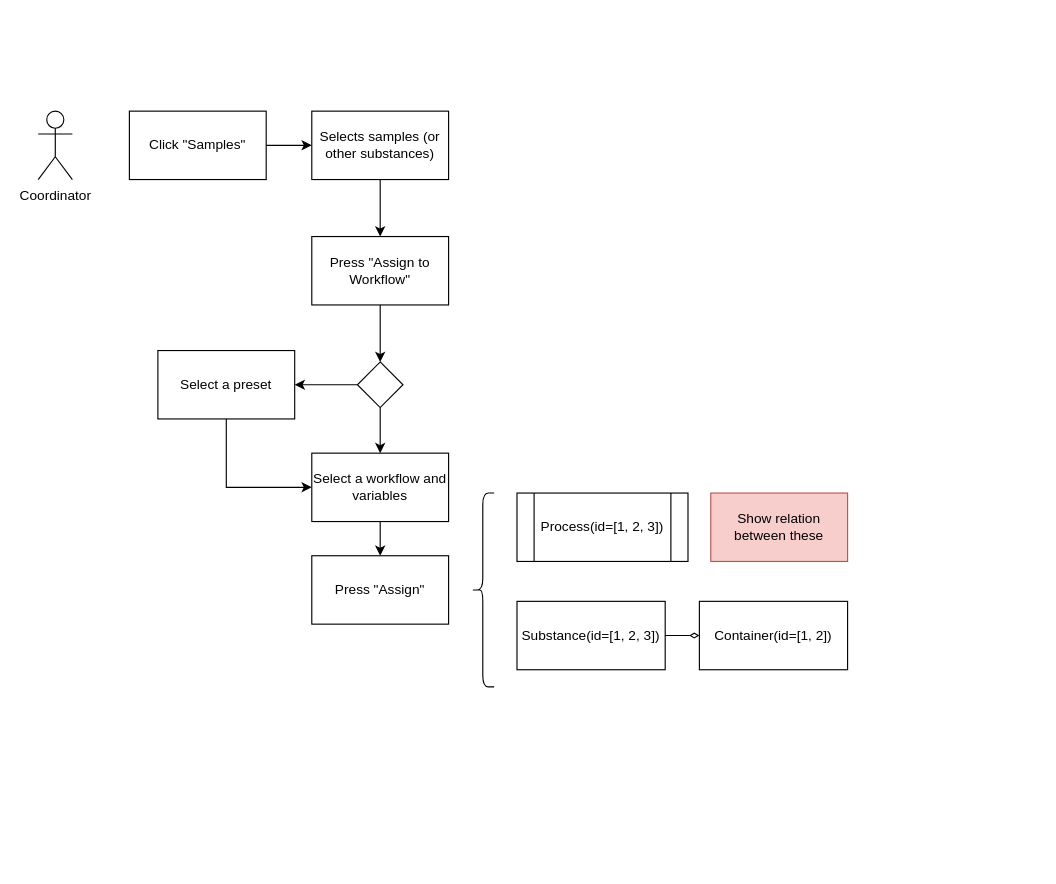
Earlier version of the draw.io diagram page "2.4: User can assign to workflow" (4 of 17) of diagrams/2_webui.drawio (commonlims/commonlims-design). Source tidied: cells renumbered, new cells numbered last; positions are measured from the earlier drawing's top-left corner, leaving out a move shared by most shapes. Both pictures are drawn from the tidied source at 114%, with x=0, y=0 at pixel (38, 111).
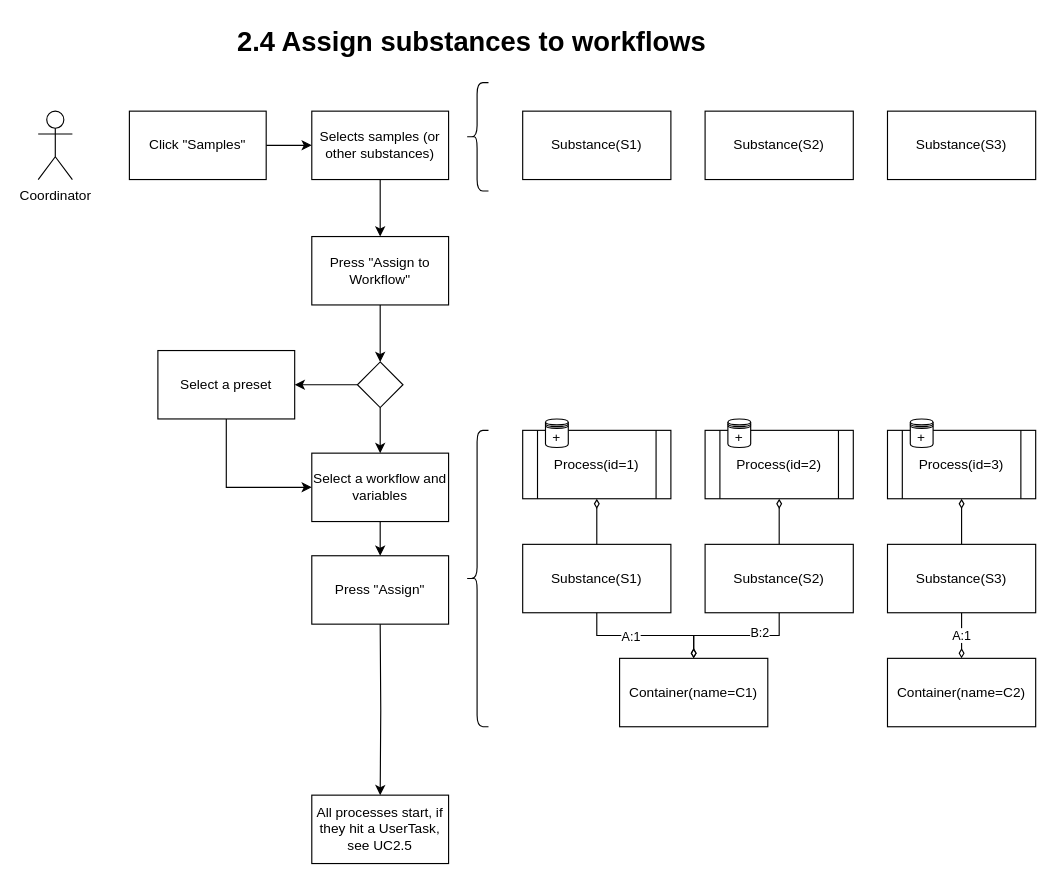
The same diagram, later.

The edit, as a diff of the source:
```diff
@@
     <mxCell id="17" style="shape=curlyBracket;whiteSpace=wrap;html=1;rounded=1;" parent="1" vertex="1">
-      <mxGeometry x="380" y="335" width="20" height="170" as="geometry" />
+      <mxGeometry x="375" y="280" width="20" height="260" as="geometry" />
     </mxCell>
-    <mxCell id="18" value="Substance(id=[1, 2, 3])" style="rounded=0;whiteSpace=wrap;html=1;fontSize=12;" parent="1" vertex="1">
-      <mxGeometry x="420" y="430" width="130" height="60" as="geometry" />
-    </mxCell>
-    <mxCell id="19" style="edgeStyle=orthogonalEdgeStyle;rounded=0;jettySize=auto;html=1;startArrow=diamondThin;startFill=0;endArrow=none;endFill=0;fontSize=12;" parent="1" edge="1" source="20" target="18">
-      <mxGeometry relative="1" as="geometry" />
-    </mxCell>
-    <mxCell id="20" value="Container(id=[1, 2])" style="rounded=0;whiteSpace=wrap;html=1;fontSize=12;" parent="1" vertex="1">
-      <mxGeometry x="580" y="430" width="130" height="60" as="geometry" />
-    </mxCell>
+    <mxCell id="23" style="edgeStyle=orthogonalEdgeStyle;rounded=0;jettySize=auto;html=1;startArrow=diamondThin;startFill=0;endArrow=none;endFill=0;" parent="1" edge="1" source="21" target="28">
+      <mxGeometry relative="1" as="geometry" />
+    </mxCell>
-    <mxCell id="21" value="Process(id=[1, 2, 3])" style="shape=process;whiteSpace=wrap;html=1;backgroundOutline=1;fontSize=12;fillColor=#FFFFFF;" parent="1" vertex="1">
-      <mxGeometry x="420" y="335" width="150" height="60" as="geometry" />
+    <mxCell id="21" value="Process(id=1)" style="shape=process;whiteSpace=wrap;html=1;backgroundOutline=1;fontSize=12;fillColor=#FFFFFF;" parent="1" vertex="1">
+      <mxGeometry x="425" y="280" width="130" height="60" as="geometry" />
     </mxCell>
-    <mxCell id="22" value="Show relation between these" style="rounded=0;whiteSpace=wrap;html=1;strokeWidth=1;fillColor=#f8cecc;fontSize=12;strokeColor=#b85450;" parent="1" vertex="1">
-      <mxGeometry x="590" y="335" width="120" height="60" as="geometry" />
-    </mxCell>
+    <mxCell id="24" style="edgeStyle=orthogonalEdgeStyle;rounded=0;jettySize=auto;html=1;startArrow=diamondThin;startFill=0;endArrow=none;endFill=0;" parent="1" edge="1" source="25" target="34">
+      <mxGeometry relative="1" as="geometry" />
+    </mxCell>
+    <mxCell id="25" value="Process(id=2)" style="shape=process;whiteSpace=wrap;html=1;backgroundOutline=1;fontSize=12;fillColor=#FFFFFF;" parent="1" vertex="1">
+      <mxGeometry x="585" y="280" width="130" height="60" as="geometry" />
+    </mxCell>
+    <mxCell id="26" style="edgeStyle=orthogonalEdgeStyle;rounded=0;jettySize=auto;html=1;startArrow=diamondThin;startFill=0;endArrow=none;endFill=0;" parent="1" edge="1" source="27" target="37">
+      <mxGeometry relative="1" as="geometry" />
+    </mxCell>
+    <mxCell id="27" value="Process(id=3)" style="shape=process;whiteSpace=wrap;html=1;backgroundOutline=1;fontSize=12;fillColor=#FFFFFF;" parent="1" vertex="1">
+      <mxGeometry x="745" y="280" width="130" height="60" as="geometry" />
+    </mxCell>
+    <mxCell id="28" value="Substance(S1)" style="rounded=0;whiteSpace=wrap;html=1;fontSize=12;" parent="1" vertex="1">
+      <mxGeometry x="425" y="380" width="130" height="60" as="geometry" />
+    </mxCell>
+    <mxCell id="29" style="edgeStyle=orthogonalEdgeStyle;rounded=0;jettySize=auto;html=1;startArrow=diamondThin;startFill=0;endArrow=none;endFill=0;fontSize=12;" parent="1" edge="1" source="33" target="28">
+      <mxGeometry relative="1" as="geometry" />
+    </mxCell>
+    <mxCell id="30" value="A:1" style="edgeLabel;html=1;align=center;verticalAlign=middle;" parent="29" vertex="1">
+      <mxGeometry x="0.22" y="-4" relative="1" as="geometry">
+        <mxPoint y="4" as="offset" />
+      </mxGeometry>
+    </mxCell>
+    <mxCell id="31" style="edgeStyle=orthogonalEdgeStyle;rounded=0;jettySize=auto;html=1;startArrow=diamondThin;startFill=0;endArrow=none;endFill=0;" parent="1" edge="1" source="33" target="34">
+      <mxGeometry relative="1" as="geometry" />
+    </mxCell>
+    <mxCell id="32" value="B:2" style="edgeLabel;html=1;align=center;verticalAlign=middle;" parent="31" vertex="1">
+      <mxGeometry x="0.34" y="3" relative="1" as="geometry" />
+    </mxCell>
+    <mxCell id="33" value="Container(name=C1)" style="rounded=0;whiteSpace=wrap;html=1;fontSize=12;" parent="1" vertex="1">
+      <mxGeometry x="510" y="480" width="130" height="60" as="geometry" />
+    </mxCell>
+    <mxCell id="34" value="Substance(S2)" style="rounded=0;whiteSpace=wrap;html=1;fontSize=12;" parent="1" vertex="1">
+      <mxGeometry x="585" y="380" width="130" height="60" as="geometry" />
+    </mxCell>
+    <mxCell id="35" value="A:1" style="edgeStyle=orthogonalEdgeStyle;rounded=0;jettySize=auto;html=1;startArrow=diamondThin;startFill=0;endArrow=none;endFill=0;" parent="1" edge="1" source="36" target="37">
+      <mxGeometry relative="1" as="geometry" />
+    </mxCell>
+    <mxCell id="36" value="Container(name=C2)" style="rounded=0;whiteSpace=wrap;html=1;fontSize=12;" parent="1" vertex="1">
+      <mxGeometry x="745" y="480" width="130" height="60" as="geometry" />
+    </mxCell>
+    <mxCell id="37" value="Substance(S3)" style="rounded=0;whiteSpace=wrap;html=1;fontSize=12;" parent="1" vertex="1">
+      <mxGeometry x="745" y="380" width="130" height="60" as="geometry" />
+    </mxCell>
+    <mxCell id="38" value="+" style="shape=datastore;whiteSpace=wrap;html=1;fontSize=12;" parent="1" vertex="1">
+      <mxGeometry x="445" y="270" width="20" height="25" as="geometry" />
+    </mxCell>
+    <mxCell id="39" value="+" style="shape=datastore;whiteSpace=wrap;html=1;fontSize=12;" parent="1" vertex="1">
+      <mxGeometry x="605" y="270" width="20" height="25" as="geometry" />
+    </mxCell>
+    <mxCell id="40" value="+" style="shape=datastore;whiteSpace=wrap;html=1;fontSize=12;" parent="1" vertex="1">
+      <mxGeometry x="765" y="270" width="20" height="25" as="geometry" />
+    </mxCell>
+    <mxCell id="41" value="Substance(S1)" style="rounded=0;whiteSpace=wrap;html=1;fontSize=12;" parent="1" vertex="1">
+      <mxGeometry x="425" width="130" height="60" as="geometry" />
+    </mxCell>
+    <mxCell id="42" value="Substance(S2)" style="rounded=0;whiteSpace=wrap;html=1;fontSize=12;" parent="1" vertex="1">
+      <mxGeometry x="585" width="130" height="60" as="geometry" />
+    </mxCell>
+    <mxCell id="43" value="Substance(S3)" style="rounded=0;whiteSpace=wrap;html=1;fontSize=12;" parent="1" vertex="1">
+      <mxGeometry x="745" width="130" height="60" as="geometry" />
+    </mxCell>
+    <mxCell id="44" style="shape=curlyBracket;whiteSpace=wrap;html=1;rounded=1;" parent="1" vertex="1">
+      <mxGeometry x="375" y="-25" width="20" height="95" as="geometry" />
+    </mxCell>
+    <mxCell id="45" value="All processes start, if they hit a UserTask, see UC2.5" style="whiteSpace=wrap;html=1;rounded=0;" parent="1" vertex="1">
+      <mxGeometry x="240" y="600" width="120" height="60" as="geometry" />
+    </mxCell>
+    <mxCell id="46" style="edgeStyle=orthogonalEdgeStyle;rounded=0;jettySize=auto;html=1;endArrow=classic;endFill=1;fontSize=12;" parent="1" edge="1" target="45">
+      <mxGeometry relative="1" as="geometry">
+        <mxPoint x="300" y="450" as="sourcePoint" />
+      </mxGeometry>
+    </mxCell>
+    <mxCell id="47" value="2.4 Assign substances to workflows" style="text;strokeColor=none;fillColor=none;html=1;fontSize=24;fontStyle=1;verticalAlign=middle;align=center;" parent="1" vertex="1">
+      <mxGeometry y="-80" width="760" height="40" as="geometry" />
+    </mxCell>
```
